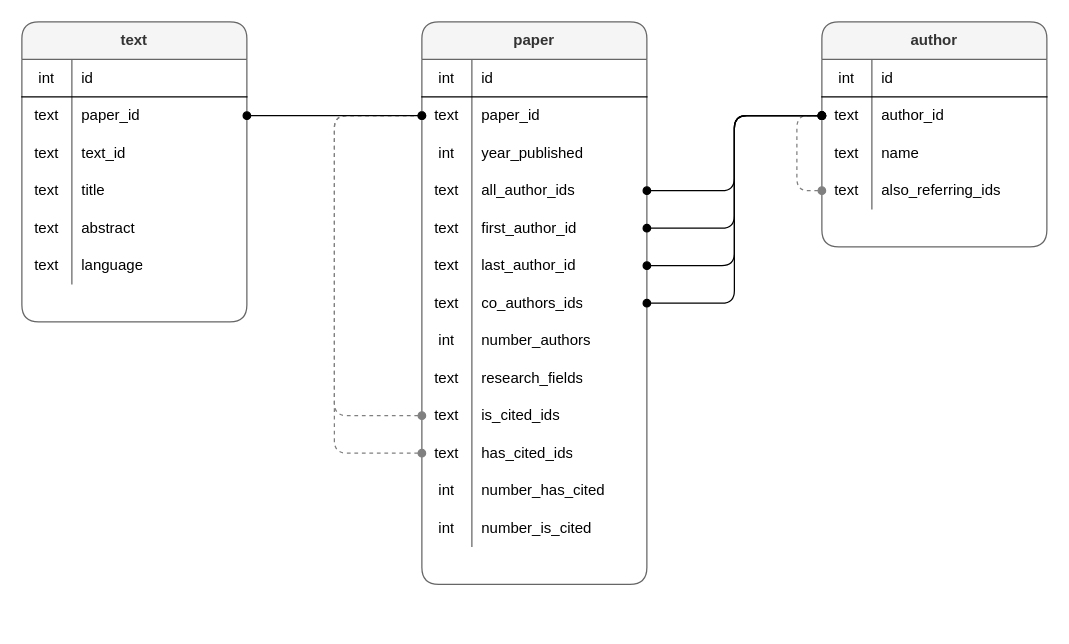
This is readme_files/database_schema.drawio from zushicat/scholar-data-ingest, a draw.io file, before an edit. Source tidied: cells renumbered, new cells numbered last; positions are measured from the earlier drawing's top-left corner, leaving out a move shared by most shapes. Both pictures are drawn from the tidied source at 125%, with x=0, y=0 at pixel (21, 21).
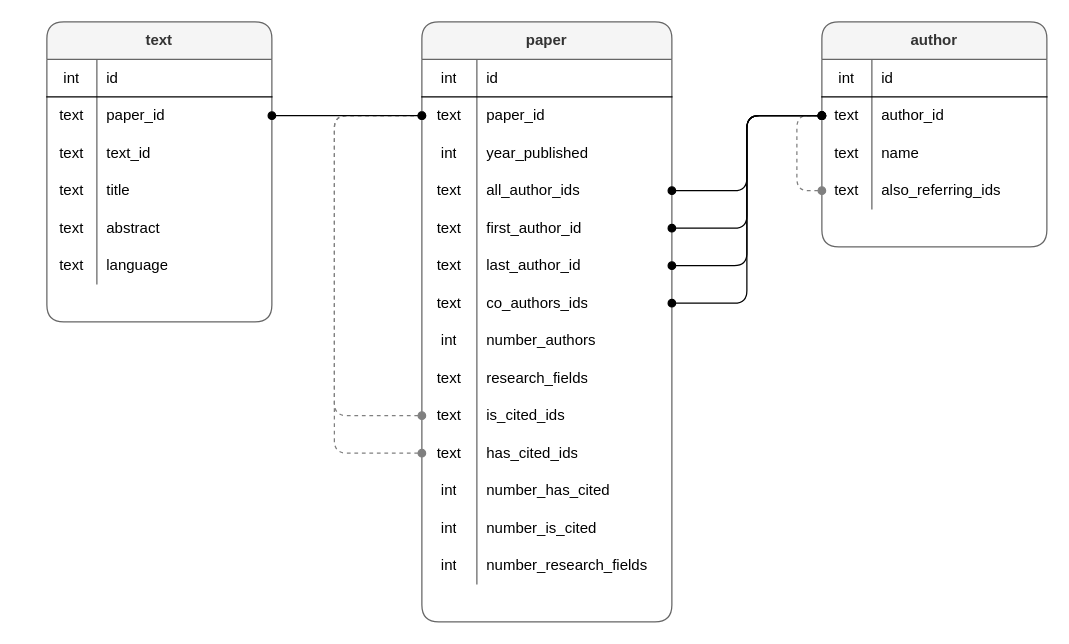
The same diagram, later.

Commit message (it also covers changes not shown here):
expand schema: paper

The change refers to these unchanged cells:
```xml
<mxCell id="25" style="shape=partialRectangle;html=1;whiteSpace=wrap;fillColor=none;top=0;left=0;bottom=0;right=0;points=[[0,0.5],[1,0.5]];portConstraint=eastwest;" parent="21" vertex="1">
  <mxGeometry y="60" width="180" height="30" as="geometry" />
</mxCell>
```

The edit, as a diff of the source:
```diff
@@
     <mxCell id="2" value="text" style="shape=table;html=1;whiteSpace=wrap;startSize=30;childLayout=tableLayout;rowLines=0;fontStyle=1;align=center;rounded=1;fillColor=#f5f5f5;strokeColor=#666666;fontColor=#333333;" parent="1" vertex="1">
-      <mxGeometry width="180" height="240" as="geometry" />
+      <mxGeometry x="20" width="180" height="240" as="geometry" />
     </mxCell>
@@
     <mxCell id="35" value="paper" style="shape=table;html=1;whiteSpace=wrap;startSize=30;childLayout=tableLayout;rowLines=0;fontStyle=1;align=center;fillColor=#f5f5f5;strokeColor=#666666;fontColor=#333333;rounded=1;" parent="1" vertex="1">
-      <mxGeometry x="320" width="180" height="450" as="geometry" />
+      <mxGeometry x="320" width="200" height="480" as="geometry" />
     </mxCell>
     <mxCell id="36" style="shape=partialRectangle;html=1;whiteSpace=wrap;fillColor=none;top=0;left=0;bottom=1;right=0;" parent="35" vertex="1">
-      <mxGeometry y="30" width="180" height="30" as="geometry" />
+      <mxGeometry y="30" width="200" height="30" as="geometry" />
     </mxCell>
     <mxCell id="37" value="int" style="shape=partialRectangle;html=1;whiteSpace=wrap;fillColor=none;top=0;left=0;bottom=0;right=0;overflow=hidden;" parent="36" vertex="1">
-      <mxGeometry width="40" height="30" as="geometry" />
+      <mxGeometry width="44" height="30" as="geometry" />
     </mxCell>
     <mxCell id="38" value="id" style="shape=partialRectangle;html=1;whiteSpace=wrap;fillColor=none;top=0;left=0;bottom=0;right=0;align=left;spacingLeft=6;overflow=hidden;" parent="36" vertex="1">
-      <mxGeometry x="40" width="140" height="30" as="geometry" />
+      <mxGeometry x="44" width="156" height="30" as="geometry" />
     </mxCell>
     <mxCell id="39" style="shape=partialRectangle;html=1;whiteSpace=wrap;fillColor=none;top=0;left=0;bottom=0;right=0;points=[[0,0.5],[1,0.5]];portConstraint=eastwest;" parent="35" vertex="1">
-      <mxGeometry y="60" width="180" height="30" as="geometry" />
+      <mxGeometry y="60" width="200" height="30" as="geometry" />
     </mxCell>
     <mxCell id="40" value="text" style="shape=partialRectangle;html=1;whiteSpace=wrap;fillColor=none;top=0;left=0;bottom=0;right=0;overflow=hidden;" parent="39" vertex="1">
-      <mxGeometry width="40" height="30" as="geometry" />
+      <mxGeometry width="44" height="30" as="geometry" />
     </mxCell>
     <mxCell id="41" value="paper_id" style="shape=partialRectangle;html=1;whiteSpace=wrap;fillColor=none;top=0;left=0;bottom=0;right=0;align=left;spacingLeft=6;overflow=hidden;" parent="39" vertex="1">
-      <mxGeometry x="40" width="140" height="30" as="geometry" />
+      <mxGeometry x="44" width="156" height="30" as="geometry" />
     </mxCell>
     <mxCell id="42" style="shape=partialRectangle;html=1;whiteSpace=wrap;fillColor=none;top=0;left=0;bottom=0;right=0;" parent="35" vertex="1">
-      <mxGeometry y="90" width="180" height="30" as="geometry" />
+      <mxGeometry y="90" width="200" height="30" as="geometry" />
     </mxCell>
     <mxCell id="43" value="int" style="shape=partialRectangle;html=1;whiteSpace=wrap;fillColor=none;top=0;left=0;bottom=0;right=0;overflow=hidden;" parent="42" vertex="1">
-      <mxGeometry width="40" height="30" as="geometry" />
+      <mxGeometry width="44" height="30" as="geometry" />
     </mxCell>
     <mxCell id="44" value="year_published" style="shape=partialRectangle;html=1;whiteSpace=wrap;fillColor=none;top=0;left=0;bottom=0;right=0;align=left;spacingLeft=6;overflow=hidden;" parent="42" vertex="1">
-      <mxGeometry x="40" width="140" height="30" as="geometry" />
+      <mxGeometry x="44" width="156" height="30" as="geometry" />
     </mxCell>
     <mxCell id="45" style="shape=partialRectangle;html=1;whiteSpace=wrap;fillColor=none;top=0;left=0;bottom=0;right=0;points=[[0,0.5],[1,0.5]];portConstraint=eastwest;" parent="35" vertex="1">
-      <mxGeometry y="120" width="180" height="30" as="geometry" />
+      <mxGeometry y="120" width="200" height="30" as="geometry" />
     </mxCell>
     <mxCell id="46" value="text" style="shape=partialRectangle;html=1;whiteSpace=wrap;fillColor=none;top=0;left=0;bottom=0;right=0;overflow=hidden;" parent="45" vertex="1">
-      <mxGeometry width="40" height="30" as="geometry" />
+      <mxGeometry width="44" height="30" as="geometry" />
     </mxCell>
     <mxCell id="47" value="all_author_ids" style="shape=partialRectangle;html=1;whiteSpace=wrap;fillColor=none;top=0;left=0;bottom=0;right=0;align=left;spacingLeft=6;overflow=hidden;" parent="45" vertex="1">
-      <mxGeometry x="40" width="140" height="30" as="geometry" />
+      <mxGeometry x="44" width="156" height="30" as="geometry" />
     </mxCell>
     <mxCell id="48" style="shape=partialRectangle;html=1;whiteSpace=wrap;fillColor=none;top=0;left=0;bottom=0;right=0;points=[[0,0.5],[1,0.5]];portConstraint=eastwest;" parent="35" vertex="1">
-      <mxGeometry y="150" width="180" height="30" as="geometry" />
+      <mxGeometry y="150" width="200" height="30" as="geometry" />
     </mxCell>
     <mxCell id="49" value="text" style="shape=partialRectangle;html=1;whiteSpace=wrap;fillColor=none;top=0;left=0;bottom=0;right=0;overflow=hidden;" parent="48" vertex="1">
-      <mxGeometry width="40" height="30" as="geometry" />
+      <mxGeometry width="44" height="30" as="geometry" />
     </mxCell>
     <mxCell id="50" value="first_author_id" style="shape=partialRectangle;html=1;whiteSpace=wrap;fillColor=none;top=0;left=0;bottom=0;right=0;align=left;spacingLeft=6;overflow=hidden;" parent="48" vertex="1">
-      <mxGeometry x="40" width="140" height="30" as="geometry" />
+      <mxGeometry x="44" width="156" height="30" as="geometry" />
     </mxCell>
     <mxCell id="51" style="shape=partialRectangle;html=1;whiteSpace=wrap;fillColor=none;top=0;left=0;bottom=0;right=0;points=[[0,0.5],[1,0.5]];portConstraint=eastwest;" parent="35" vertex="1">
-      <mxGeometry y="180" width="180" height="30" as="geometry" />
+      <mxGeometry y="180" width="200" height="30" as="geometry" />
     </mxCell>
     <mxCell id="52" value="text" style="shape=partialRectangle;html=1;whiteSpace=wrap;fillColor=none;top=0;left=0;bottom=0;right=0;overflow=hidden;" parent="51" vertex="1">
-      <mxGeometry width="40" height="30" as="geometry" />
+      <mxGeometry width="44" height="30" as="geometry" />
     </mxCell>
     <mxCell id="53" value="last_author_id" style="shape=partialRectangle;html=1;whiteSpace=wrap;fillColor=none;top=0;left=0;bottom=0;right=0;align=left;spacingLeft=6;overflow=hidden;" parent="51" vertex="1">
-      <mxGeometry x="40" width="140" height="30" as="geometry" />
+      <mxGeometry x="44" width="156" height="30" as="geometry" />
     </mxCell>
     <mxCell id="54" style="shape=partialRectangle;html=1;whiteSpace=wrap;fillColor=none;top=0;left=0;bottom=0;right=0;points=[[0,0.5],[1,0.5]];portConstraint=eastwest;" parent="35" vertex="1">
-      <mxGeometry y="210" width="180" height="30" as="geometry" />
+      <mxGeometry y="210" width="200" height="30" as="geometry" />
     </mxCell>
     <mxCell id="55" value="text" style="shape=partialRectangle;html=1;whiteSpace=wrap;fillColor=none;top=0;left=0;bottom=0;right=0;overflow=hidden;" parent="54" vertex="1">
-      <mxGeometry width="40" height="30" as="geometry" />
+      <mxGeometry width="44" height="30" as="geometry" />
     </mxCell>
     <mxCell id="56" value="co_authors_ids" style="shape=partialRectangle;html=1;whiteSpace=wrap;fillColor=none;top=0;left=0;bottom=0;right=0;align=left;spacingLeft=6;overflow=hidden;" parent="54" vertex="1">
-      <mxGeometry x="40" width="140" height="30" as="geometry" />
+      <mxGeometry x="44" width="156" height="30" as="geometry" />
     </mxCell>
     <mxCell id="57" style="shape=partialRectangle;html=1;whiteSpace=wrap;fillColor=none;top=0;left=0;bottom=0;right=0;" parent="35" vertex="1">
-      <mxGeometry y="240" width="180" height="30" as="geometry" />
+      <mxGeometry y="240" width="200" height="30" as="geometry" />
     </mxCell>
     <mxCell id="58" value="int" style="shape=partialRectangle;html=1;whiteSpace=wrap;fillColor=none;top=0;left=0;bottom=0;right=0;overflow=hidden;" parent="57" vertex="1">
-      <mxGeometry width="40" height="30" as="geometry" />
+      <mxGeometry width="44" height="30" as="geometry" />
     </mxCell>
     <mxCell id="59" value="number_authors" style="shape=partialRectangle;html=1;whiteSpace=wrap;fillColor=none;top=0;left=0;bottom=0;right=0;align=left;spacingLeft=6;overflow=hidden;" parent="57" vertex="1">
-      <mxGeometry x="40" width="140" height="30" as="geometry" />
+      <mxGeometry x="44" width="156" height="30" as="geometry" />
     </mxCell>
     <mxCell id="60" style="shape=partialRectangle;html=1;whiteSpace=wrap;fillColor=none;top=0;left=0;bottom=0;right=0;" parent="35" vertex="1">
-      <mxGeometry y="270" width="180" height="30" as="geometry" />
+      <mxGeometry y="270" width="200" height="30" as="geometry" />
     </mxCell>
     <mxCell id="61" value="text" style="shape=partialRectangle;html=1;whiteSpace=wrap;fillColor=none;top=0;left=0;bottom=0;right=0;overflow=hidden;" parent="60" vertex="1">
-      <mxGeometry width="40" height="30" as="geometry" />
+      <mxGeometry width="44" height="30" as="geometry" />
     </mxCell>
     <mxCell id="62" value="research_fields" style="shape=partialRectangle;html=1;whiteSpace=wrap;fillColor=none;top=0;left=0;bottom=0;right=0;align=left;spacingLeft=6;overflow=hidden;" parent="60" vertex="1">
-      <mxGeometry x="40" width="140" height="30" as="geometry" />
+      <mxGeometry x="44" width="156" height="30" as="geometry" />
     </mxCell>
@@
     <mxCell id="64" style="shape=partialRectangle;html=1;whiteSpace=wrap;fillColor=none;top=0;left=0;bottom=0;right=0;points=[[0,0.5],[1,0.5]];portConstraint=eastwest;" parent="35" vertex="1">
-      <mxGeometry y="300" width="180" height="30" as="geometry" />
+      <mxGeometry y="300" width="200" height="30" as="geometry" />
     </mxCell>
     <mxCell id="65" value="text" style="shape=partialRectangle;html=1;whiteSpace=wrap;fillColor=none;top=0;left=0;bottom=0;right=0;overflow=hidden;" parent="64" vertex="1">
-      <mxGeometry width="40" height="30" as="geometry" />
+      <mxGeometry width="44" height="30" as="geometry" />
     </mxCell>
     <mxCell id="66" value="is_cited_ids" style="shape=partialRectangle;html=1;whiteSpace=wrap;fillColor=none;top=0;left=0;bottom=0;right=0;align=left;spacingLeft=6;overflow=hidden;" parent="64" vertex="1">
-      <mxGeometry x="40" width="140" height="30" as="geometry" />
+      <mxGeometry x="44" width="156" height="30" as="geometry" />
     </mxCell>
@@
     <mxCell id="68" style="shape=partialRectangle;html=1;whiteSpace=wrap;fillColor=none;top=0;left=0;bottom=0;right=0;points=[[0,0.5],[1,0.5]];portConstraint=eastwest;" parent="35" vertex="1">
-      <mxGeometry y="330" width="180" height="30" as="geometry" />
+      <mxGeometry y="330" width="200" height="30" as="geometry" />
     </mxCell>
     <mxCell id="69" value="text" style="shape=partialRectangle;html=1;whiteSpace=wrap;fillColor=none;top=0;left=0;bottom=0;right=0;overflow=hidden;" parent="68" vertex="1">
-      <mxGeometry width="40" height="30" as="geometry" />
+      <mxGeometry width="44" height="30" as="geometry" />
     </mxCell>
     <mxCell id="70" value="has_cited_ids" style="shape=partialRectangle;html=1;whiteSpace=wrap;fillColor=none;top=0;left=0;bottom=0;right=0;align=left;spacingLeft=6;overflow=hidden;" parent="68" vertex="1">
-      <mxGeometry x="40" width="140" height="30" as="geometry" />
+      <mxGeometry x="44" width="156" height="30" as="geometry" />
     </mxCell>
     <mxCell id="71" style="shape=partialRectangle;html=1;whiteSpace=wrap;fillColor=none;top=0;left=0;bottom=0;right=0;" parent="35" vertex="1">
-      <mxGeometry y="360" width="180" height="30" as="geometry" />
+      <mxGeometry y="360" width="200" height="30" as="geometry" />
     </mxCell>
     <mxCell id="72" value="int" style="shape=partialRectangle;html=1;whiteSpace=wrap;fillColor=none;top=0;left=0;bottom=0;right=0;overflow=hidden;" parent="71" vertex="1">
-      <mxGeometry width="40" height="30" as="geometry" />
+      <mxGeometry width="44" height="30" as="geometry" />
     </mxCell>
     <mxCell id="73" value="number_has_cited" style="shape=partialRectangle;html=1;whiteSpace=wrap;fillColor=none;top=0;left=0;bottom=0;right=0;align=left;spacingLeft=6;overflow=hidden;" parent="71" vertex="1">
-      <mxGeometry x="40" width="140" height="30" as="geometry" />
+      <mxGeometry x="44" width="156" height="30" as="geometry" />
     </mxCell>
     <mxCell id="74" style="shape=partialRectangle;html=1;whiteSpace=wrap;fillColor=none;top=0;left=0;bottom=0;right=0;" parent="35" vertex="1">
-      <mxGeometry y="390" width="180" height="30" as="geometry" />
+      <mxGeometry y="390" width="200" height="30" as="geometry" />
     </mxCell>
     <mxCell id="75" value="int" style="shape=partialRectangle;html=1;whiteSpace=wrap;fillColor=none;top=0;left=0;bottom=0;right=0;overflow=hidden;" parent="74" vertex="1">
-      <mxGeometry width="40" height="30" as="geometry" />
+      <mxGeometry width="44" height="30" as="geometry" />
     </mxCell>
     <mxCell id="76" value="number_is_cited" style="shape=partialRectangle;html=1;whiteSpace=wrap;fillColor=none;top=0;left=0;bottom=0;right=0;align=left;spacingLeft=6;overflow=hidden;" parent="74" vertex="1">
-      <mxGeometry x="40" width="140" height="30" as="geometry" />
+      <mxGeometry x="44" width="156" height="30" as="geometry" />
     </mxCell>
+    <mxCell id="82" style="shape=partialRectangle;html=1;whiteSpace=wrap;fillColor=none;top=0;left=0;bottom=0;right=0;" parent="35" vertex="1">
+      <mxGeometry y="420" width="200" height="30" as="geometry" />
+    </mxCell>
+    <mxCell id="83" value="int" style="shape=partialRectangle;html=1;whiteSpace=wrap;fillColor=none;top=0;left=0;bottom=0;right=0;overflow=hidden;" parent="82" vertex="1">
+      <mxGeometry width="44" height="30" as="geometry" />
+    </mxCell>
+    <mxCell id="84" value="number_research_fields" style="shape=partialRectangle;html=1;whiteSpace=wrap;fillColor=none;top=0;left=0;bottom=0;right=0;align=left;spacingLeft=6;overflow=hidden;" parent="82" vertex="1">
+      <mxGeometry x="44" width="156" height="30" as="geometry" />
+    </mxCell>
@@
     <mxCell id="80" style="edgeStyle=orthogonalEdgeStyle;rounded=1;jettySize=auto;html=1;startArrow=oval;startFill=1;endArrow=oval;endFill=1;entryX=0;entryY=0.5;entryDx=0;entryDy=0;" parent="1" edge="1" source="51" target="25">
       <mxGeometry relative="1" as="geometry">
         <Array as="points">
-          <mxPoint x="570" y="195" />
-          <mxPoint x="570" y="75" />
+          <mxPoint x="580" y="195" />
+          <mxPoint x="580" y="75" />
         </Array>
       </mxGeometry>
     </mxCell>
```
